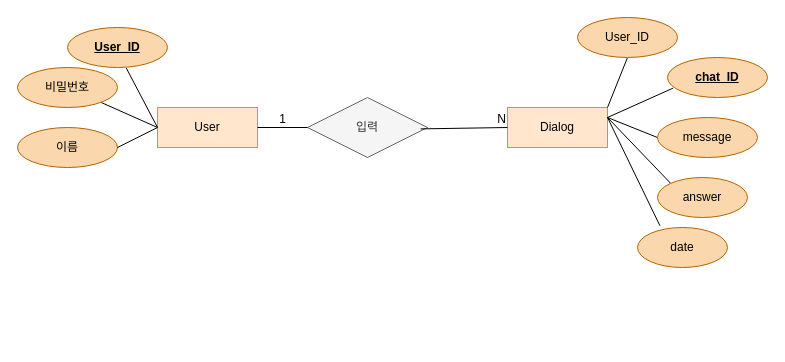
This is 챗봇진.drawio from soijeongg/diagram, a draw.io file, before an edit. Source tidied: cells renumbered, new cells numbered last; positions are measured from the earlier drawing's top-left corner, leaving out a move shared by most shapes. Both pictures are drawn from the tidied source at 100%, with x=0, y=0 at pixel (17, 17).
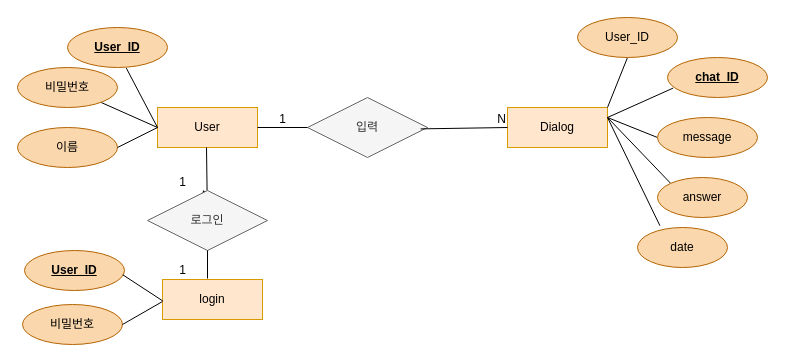
The same diagram, later.

Commit message:
챗봇진.drawio 업데이트

Change to the diagram source:
```diff
@@
+    <mxCell id="25" style="endArrow=none;html=1;rounded=0;" parent="1" edge="1" target="28">
+      <mxGeometry relative="1" as="geometry">
+        <mxPoint x="189" y="130" as="sourcePoint" />
+      </mxGeometry>
+    </mxCell>
+    <mxCell id="26" value="1" style="html=1;whiteSpace=wrap;align=right;verticalAlign=bottom;" parent="25" vertex="1">
+      <mxGeometry x="1" relative="1" as="geometry">
+        <mxPoint x="-20" as="offset" />
+      </mxGeometry>
+    </mxCell>
+    <mxCell id="27" style="edgeStyle=none;curved=1;rounded=0;jettySize=auto;html=1;fontSize=12;startSize=8;endSize=8;" parent="1" edge="1" source="28">
+      <mxGeometry relative="1" as="geometry">
+        <mxPoint x="186" y="172.1" as="targetPoint" />
+      </mxGeometry>
+    </mxCell>
+    <mxCell id="28" value="로그인" style="shape=rhombus;perimeter=rhombusPerimeter;whiteSpace=wrap;html=1;align=center;fillColor=#f5f5f5;fontColor=#333333;strokeColor=#666666;" parent="1" vertex="1">
+      <mxGeometry x="130" y="173" width="120" height="60" as="geometry" />
+    </mxCell>
+    <mxCell id="29" value="login" style="whiteSpace=wrap;html=1;align=center;strokeColor=#d79b00;fillStyle=solid;fillColor=#ffe6cc;" parent="1" vertex="1">
+      <mxGeometry x="145" y="262" width="100" height="40" as="geometry" />
+    </mxCell>
+    <mxCell id="30" style="endArrow=none;html=1;rounded=0;exitX=0.5;exitY=1;exitDx=0;exitDy=0;" parent="1" edge="1" source="28">
+      <mxGeometry relative="1" as="geometry">
+        <mxPoint x="190" y="261" as="targetPoint" />
+      </mxGeometry>
+    </mxCell>
+    <mxCell id="31" value="1" style="html=1;whiteSpace=wrap;align=right;verticalAlign=bottom;" parent="30" vertex="1">
+      <mxGeometry x="1" relative="1" as="geometry">
+        <mxPoint x="-20" as="offset" />
+      </mxGeometry>
+    </mxCell>
+    <mxCell id="32" value="&lt;b&gt;User_ID&lt;/b&gt;" style="ellipse;whiteSpace=wrap;html=1;align=center;fontStyle=4;fillColor=#fad7ac;strokeColor=#b46504;" parent="1" vertex="1">
+      <mxGeometry x="7" y="233" width="100" height="40" as="geometry" />
+    </mxCell>
+    <mxCell id="33" style="endArrow=none;html=1;rounded=0;exitX=0.982;exitY=0.606;exitDx=0;exitDy=0;exitPerimeter=0;entryX=0.002;entryY=0.534;entryDx=0;entryDy=0;entryPerimeter=0;" parent="1" edge="1" source="32" target="29">
+      <mxGeometry relative="1" as="geometry" />
+    </mxCell>
+    <mxCell id="34" value="비밀번호" style="ellipse;whiteSpace=wrap;html=1;align=center;fillColor=#fad7ac;strokeColor=#b46504;" parent="1" vertex="1">
+      <mxGeometry x="5" y="287" width="100" height="40" as="geometry" />
+    </mxCell>
+    <mxCell id="35" style="endArrow=none;html=1;rounded=0;exitX=1;exitY=0.5;exitDx=0;exitDy=0;" parent="1" edge="1" source="34">
+      <mxGeometry relative="1" as="geometry">
+        <mxPoint x="145" y="284" as="targetPoint" />
+      </mxGeometry>
+    </mxCell>
```
